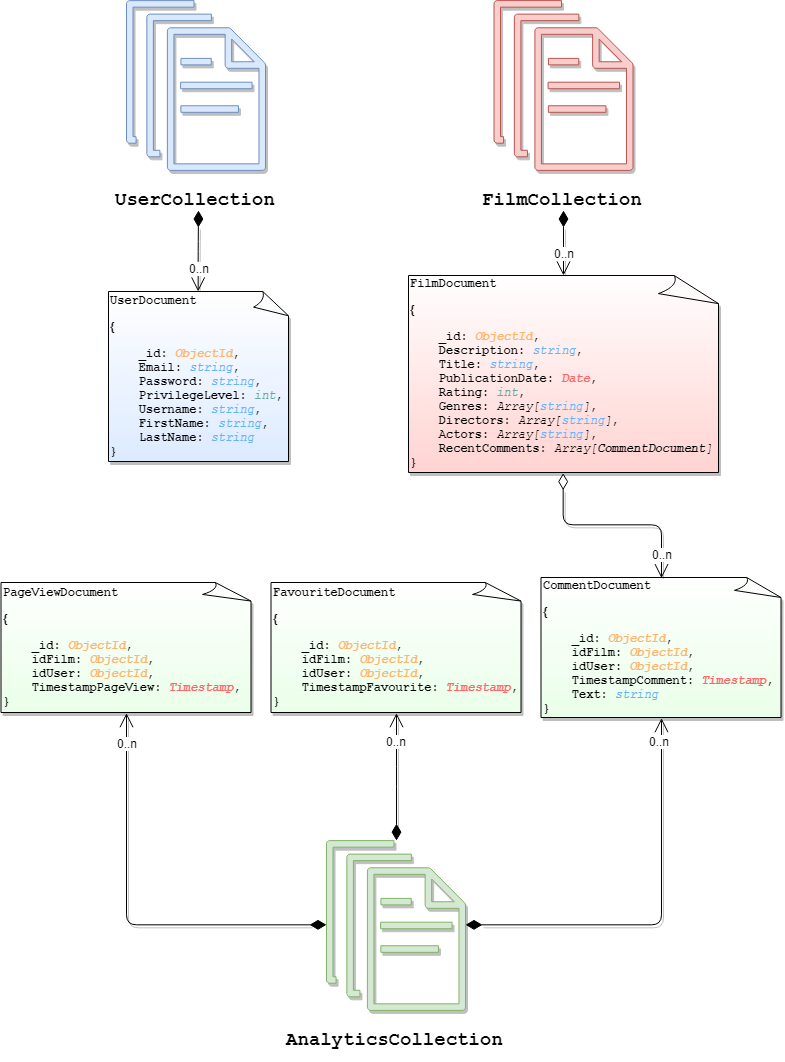
The draw.io diagram Task2/Documentation/Diagrams/Data Model.png in unipi-fr/LargeScaleMultiStructureDatabases, before a commit. Source tidied: cells renumbered, new cells last; positions are measured from the earlier drawing's top-left corner, leaving out a move shared by most shapes.
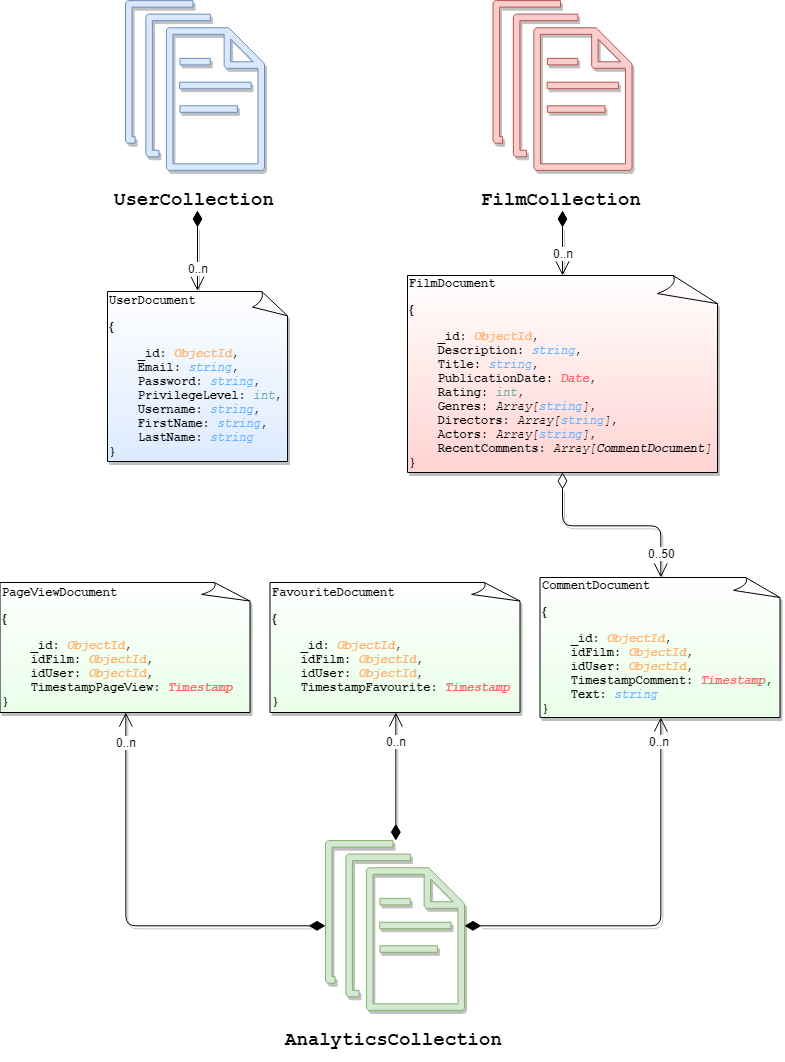
After the change.

Change to the diagram source:
```diff
@@ -11,10 +11,10 @@
     <mxCell id="4" value="&lt;pre&gt;&lt;b&gt;CommentDocument&lt;/b&gt;&lt;/pre&gt;&lt;pre&gt;&lt;b style=&quot;font-family: &amp;#34;helvetica&amp;#34; ; white-space: normal&quot;&gt;{&lt;/b&gt;&lt;/pre&gt;&lt;pre&gt;&lt;b&gt;&amp;nbsp; &amp;nbsp; _id: &lt;/b&gt;&lt;font color=&quot;#ffb570&quot;&gt;&lt;b&gt;&lt;i&gt;ObjectId&lt;/i&gt;&lt;/b&gt;&lt;/font&gt;&lt;span style=&quot;font-weight: bold&quot;&gt;,&lt;br&gt;&lt;/span&gt;&lt;b&gt;&amp;nbsp; &amp;nbsp; idFilm: &lt;/b&gt;&lt;i&gt;&lt;b&gt;&lt;font color=&quot;#ffb570&quot;&gt;ObjectId&lt;/font&gt;&lt;/b&gt;&lt;/i&gt;&lt;b&gt;,&lt;br&gt;&lt;/b&gt;&lt;b&gt;&amp;nbsp; &amp;nbsp; idUser: &lt;/b&gt;&lt;i&gt;&lt;b&gt;&lt;font color=&quot;#ffb570&quot;&gt;ObjectId&lt;/font&gt;&lt;/b&gt;&lt;/i&gt;&lt;b&gt;,&lt;/b&gt;&lt;span style=&quot;font-weight: bold&quot;&gt;&lt;br&gt;&lt;/span&gt;&lt;b&gt;&amp;nbsp; &amp;nbsp; TimestampComment: &lt;/b&gt;&lt;i&gt;&lt;font color=&quot;#ff6666&quot;&gt;&lt;b&gt;Timestamp&lt;/b&gt;&lt;/font&gt;&lt;/i&gt;&lt;b&gt;,&lt;br&gt;&lt;/b&gt;&lt;b&gt;&amp;nbsp; &amp;nbsp; Text: &lt;/b&gt;&lt;font color=&quot;#66b2ff&quot;&gt;&lt;i&gt;string&lt;/i&gt;&lt;/font&gt;&lt;b&gt;&amp;nbsp;&lt;br&gt;&lt;/b&gt;&lt;b&gt;}&lt;/b&gt;&lt;/pre&gt;" style="whiteSpace=wrap;html=1;shape=mxgraph.basic.document;align=left;fillColor=#EAFFE9;gradientColor=#ffffff;gradientDirection=north;shadow=1;" parent="1" vertex="1">
       <mxGeometry x="540.5" y="577" width="240" height="140" as="geometry" />
     </mxCell>
-    <mxCell id="5" value="&lt;pre&gt;&lt;b&gt;FavouriteDocument&lt;/b&gt;&lt;/pre&gt;&lt;pre&gt;&lt;b style=&quot;font-family: &amp;#34;helvetica&amp;#34; ; white-space: normal&quot;&gt;{&lt;/b&gt;&lt;/pre&gt;&lt;pre&gt;&lt;b&gt;&amp;nbsp; &amp;nbsp; _id: &lt;/b&gt;&lt;font color=&quot;#ffb570&quot;&gt;&lt;b&gt;&lt;i&gt;ObjectId&lt;/i&gt;&lt;/b&gt;&lt;/font&gt;&lt;span style=&quot;font-weight: bold&quot;&gt;,&lt;br&gt;&lt;/span&gt;&lt;b&gt;&amp;nbsp; &amp;nbsp; idFilm: &lt;/b&gt;&lt;i&gt;&lt;b&gt;&lt;font color=&quot;#ffb570&quot;&gt;ObjectId&lt;/font&gt;&lt;/b&gt;&lt;/i&gt;&lt;b&gt;,&lt;br&gt;&lt;/b&gt;&lt;b&gt;&amp;nbsp; &amp;nbsp; idUser: &lt;/b&gt;&lt;i&gt;&lt;b&gt;&lt;font color=&quot;#ffb570&quot;&gt;ObjectId&lt;/font&gt;&lt;/b&gt;&lt;/i&gt;&lt;b&gt;,&lt;/b&gt;&lt;span style=&quot;font-weight: bold&quot;&gt;&lt;br&gt;&lt;/span&gt;&lt;b&gt;&amp;nbsp; &amp;nbsp; TimestampFavourite: &lt;/b&gt;&lt;i&gt;&lt;font color=&quot;#ff6666&quot;&gt;&lt;b&gt;Timestamp&lt;/b&gt;&lt;/font&gt;&lt;/i&gt;&lt;b&gt;,&lt;/b&gt;&lt;b&gt;&lt;br&gt;&lt;/b&gt;&lt;b&gt;}&lt;/b&gt;&lt;/pre&gt;" style="whiteSpace=wrap;html=1;shape=mxgraph.basic.document;align=left;fillColor=#EAFFE9;gradientColor=#ffffff;gradientDirection=north;shadow=1;" parent="1" vertex="1">
+    <mxCell id="5" value="&lt;pre&gt;&lt;b&gt;FavouriteDocument&lt;/b&gt;&lt;/pre&gt;&lt;pre&gt;&lt;b style=&quot;font-family: &amp;#34;helvetica&amp;#34; ; white-space: normal&quot;&gt;{&lt;/b&gt;&lt;/pre&gt;&lt;pre&gt;&lt;b&gt;&amp;nbsp; &amp;nbsp; _id: &lt;/b&gt;&lt;font color=&quot;#ffb570&quot;&gt;&lt;b&gt;&lt;i&gt;ObjectId&lt;/i&gt;&lt;/b&gt;&lt;/font&gt;&lt;span style=&quot;font-weight: bold&quot;&gt;,&lt;br&gt;&lt;/span&gt;&lt;b&gt;&amp;nbsp; &amp;nbsp; idFilm: &lt;/b&gt;&lt;i&gt;&lt;b&gt;&lt;font color=&quot;#ffb570&quot;&gt;ObjectId&lt;/font&gt;&lt;/b&gt;&lt;/i&gt;&lt;b&gt;,&lt;br&gt;&lt;/b&gt;&lt;b&gt;&amp;nbsp; &amp;nbsp; idUser: &lt;/b&gt;&lt;i&gt;&lt;b&gt;&lt;font color=&quot;#ffb570&quot;&gt;ObjectId&lt;/font&gt;&lt;/b&gt;&lt;/i&gt;&lt;b&gt;,&lt;/b&gt;&lt;span style=&quot;font-weight: bold&quot;&gt;&lt;br&gt;&lt;/span&gt;&lt;b&gt;&amp;nbsp; &amp;nbsp; TimestampFavourite: &lt;/b&gt;&lt;i&gt;&lt;font color=&quot;#ff6666&quot;&gt;&lt;b&gt;Timestamp&lt;/b&gt;&lt;/font&gt;&lt;/i&gt;&lt;b&gt;&lt;br&gt;&lt;/b&gt;&lt;b&gt;}&lt;/b&gt;&lt;/pre&gt;" style="whiteSpace=wrap;html=1;shape=mxgraph.basic.document;align=left;fillColor=#EAFFE9;gradientColor=#ffffff;gradientDirection=north;shadow=1;" parent="1" vertex="1">
       <mxGeometry x="270.5" y="582" width="250" height="130" as="geometry" />
     </mxCell>
-    <mxCell id="6" value="&lt;pre&gt;&lt;b&gt;PageViewDocument&lt;/b&gt;&lt;/pre&gt;&lt;pre&gt;&lt;b style=&quot;font-family: &amp;#34;helvetica&amp;#34; ; white-space: normal&quot;&gt;{&lt;/b&gt;&lt;/pre&gt;&lt;pre&gt;&lt;b&gt;&amp;nbsp; &amp;nbsp; _id: &lt;/b&gt;&lt;font color=&quot;#ffb570&quot;&gt;&lt;b&gt;&lt;i&gt;ObjectId&lt;/i&gt;&lt;/b&gt;&lt;/font&gt;&lt;span style=&quot;font-weight: bold&quot;&gt;,&lt;br&gt;&lt;/span&gt;&lt;b&gt;&amp;nbsp; &amp;nbsp; idFilm: &lt;/b&gt;&lt;i&gt;&lt;b&gt;&lt;font color=&quot;#ffb570&quot;&gt;ObjectId&lt;/font&gt;&lt;/b&gt;&lt;/i&gt;&lt;b&gt;,&lt;br&gt;&lt;/b&gt;&lt;b&gt;&amp;nbsp; &amp;nbsp; idUser: &lt;/b&gt;&lt;i&gt;&lt;b&gt;&lt;font color=&quot;#ffb570&quot;&gt;ObjectId&lt;/font&gt;&lt;/b&gt;&lt;/i&gt;&lt;b&gt;,&lt;/b&gt;&lt;span style=&quot;font-weight: bold&quot;&gt;&lt;br&gt;&lt;/span&gt;&lt;b&gt;&amp;nbsp; &amp;nbsp; TimestampPageView: &lt;/b&gt;&lt;i&gt;&lt;font color=&quot;#ff6666&quot;&gt;&lt;b&gt;Timestamp&lt;/b&gt;&lt;/font&gt;&lt;/i&gt;&lt;b&gt;,&lt;/b&gt;&lt;b&gt;&lt;br&gt;&lt;/b&gt;&lt;b&gt;}&lt;/b&gt;&lt;/pre&gt;" style="whiteSpace=wrap;html=1;shape=mxgraph.basic.document;align=left;fillColor=#EAFFE9;gradientColor=#ffffff;gradientDirection=north;shadow=1;" parent="1" vertex="1">
+    <mxCell id="6" value="&lt;pre&gt;&lt;b&gt;PageViewDocument&lt;/b&gt;&lt;/pre&gt;&lt;pre&gt;&lt;b style=&quot;font-family: &amp;#34;helvetica&amp;#34; ; white-space: normal&quot;&gt;{&lt;/b&gt;&lt;/pre&gt;&lt;pre&gt;&lt;b&gt;&amp;nbsp; &amp;nbsp; _id: &lt;/b&gt;&lt;font color=&quot;#ffb570&quot;&gt;&lt;b&gt;&lt;i&gt;ObjectId&lt;/i&gt;&lt;/b&gt;&lt;/font&gt;&lt;span style=&quot;font-weight: bold&quot;&gt;,&lt;br&gt;&lt;/span&gt;&lt;b&gt;&amp;nbsp; &amp;nbsp; idFilm: &lt;/b&gt;&lt;i&gt;&lt;b&gt;&lt;font color=&quot;#ffb570&quot;&gt;ObjectId&lt;/font&gt;&lt;/b&gt;&lt;/i&gt;&lt;b&gt;,&lt;br&gt;&lt;/b&gt;&lt;b&gt;&amp;nbsp; &amp;nbsp; idUser: &lt;/b&gt;&lt;i&gt;&lt;b&gt;&lt;font color=&quot;#ffb570&quot;&gt;ObjectId&lt;/font&gt;&lt;/b&gt;&lt;/i&gt;&lt;b&gt;,&lt;/b&gt;&lt;span style=&quot;font-weight: bold&quot;&gt;&lt;br&gt;&lt;/span&gt;&lt;b&gt;&amp;nbsp; &amp;nbsp; TimestampPageView: &lt;/b&gt;&lt;i&gt;&lt;font color=&quot;#ff6666&quot;&gt;&lt;b&gt;Timestamp&lt;/b&gt;&lt;/font&gt;&lt;/i&gt;&lt;b&gt;&lt;br&gt;&lt;/b&gt;&lt;b&gt;}&lt;/b&gt;&lt;/pre&gt;" style="whiteSpace=wrap;html=1;shape=mxgraph.basic.document;align=left;fillColor=#EAFFE9;gradientColor=#ffffff;gradientDirection=north;shadow=1;" parent="1" vertex="1">
       <mxGeometry x="0.5" y="582" width="250" height="130" as="geometry" />
     </mxCell>
     <mxCell id="7" value="&lt;pre&gt;&lt;font style=&quot;font-size: 19px&quot;&gt;&lt;b&gt;FilmCollection&lt;/b&gt;&lt;/font&gt;&lt;/pre&gt;" style="dashed=0;verticalLabelPosition=bottom;verticalAlign=top;align=center;html=1;fontSize=12;fontStyle=0;shape=mxgraph.aws4.documents;fillColor=#f8cecc;strokeColor=#b85450;shadow=1;" parent="1" vertex="1">
@@ -53,7 +53,7 @@
     <mxCell id="16" style="endArrow=open;html=1;endSize=12;startArrow=diamondThin;startSize=14;startFill=0;edgeStyle=orthogonalEdgeStyle;align=left;verticalAlign=bottom;entryX=0.5;entryY=0;entryDx=0;entryDy=0;entryPerimeter=0;exitX=0.5;exitY=1;exitDx=0;exitDy=0;exitPerimeter=0;shadow=1;" parent="1" edge="1" source="3" target="4">
       <mxGeometry x="-1" y="3" relative="1" as="geometry" />
     </mxCell>
-    <mxCell id="17" value="0..n" style="text;html=1;align=center;verticalAlign=middle;labelBackgroundColor=#ffffff;" parent="16" vertex="1">
+    <mxCell id="17" value="0..50" style="text;html=1;align=center;verticalAlign=middle;labelBackgroundColor=#ffffff;" parent="16" vertex="1">
       <mxGeometry x="0.9" relative="1" as="geometry">
         <mxPoint y="-15" as="offset" />
       </mxGeometry>
```
